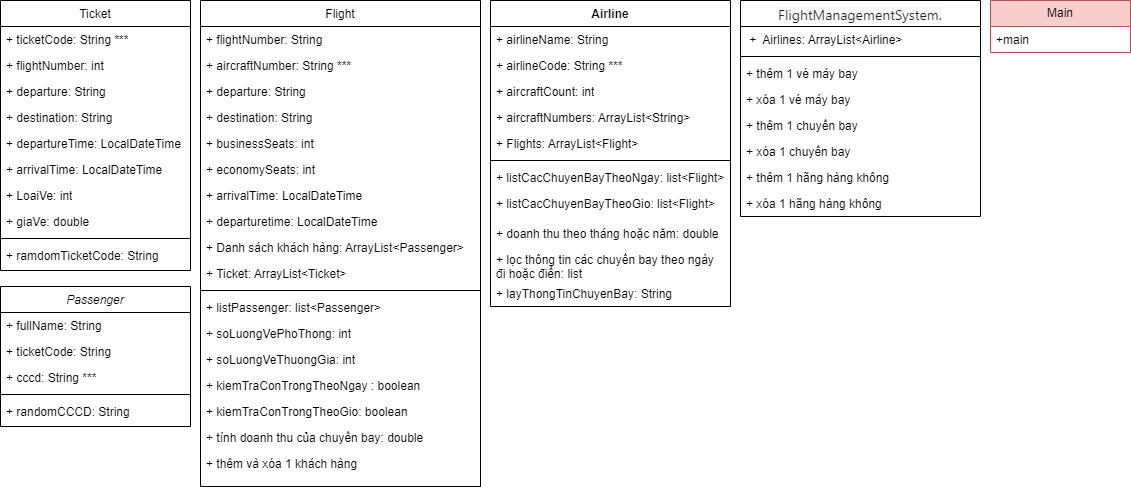
Above: Untitled Diagram.drawio.png in TrinhChiAn/Nhom4_Java07 (draw.io), before the change. Source tidied: cells renumbered, new cells last; positions are measured from the earlier drawing's top-left corner, leaving out a move shared by most shapes.
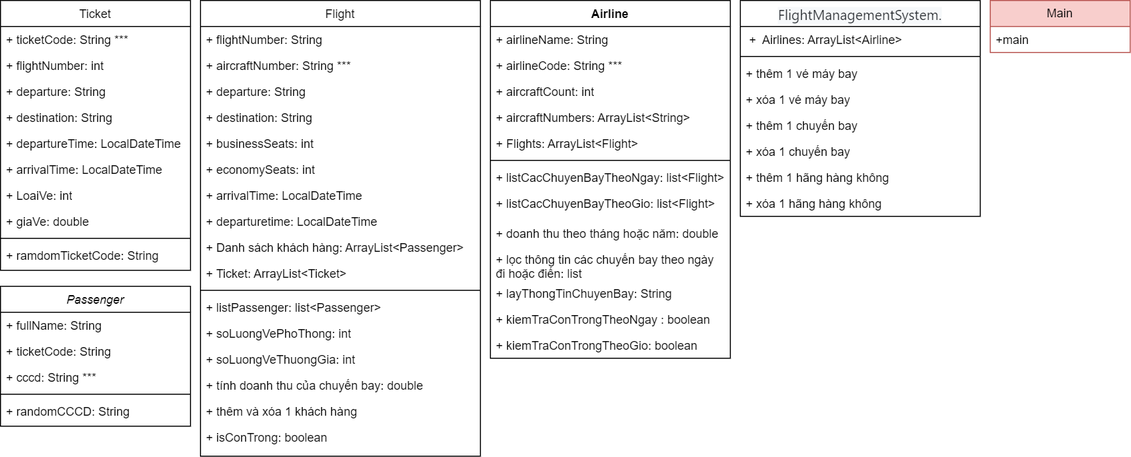
Above is the later version.

What changed in the source:
```diff
@@ -54,7 +54,7 @@
       <mxGeometry y="242" width="190" height="26" as="geometry" />
     </mxCell>
     <mxCell id="19" value="Flight" style="swimlane;fontStyle=0;align=center;verticalAlign=top;horizontal=1;startSize=26;rounded=0;shadow=0;strokeWidth=1;" parent="1" vertex="1">
-      <mxGeometry x="200" width="280" height="486" as="geometry" />
+      <mxGeometry x="200" width="280" height="456" as="geometry" />
     </mxCell>
     <mxCell id="20" value="+ flightNumber: String" style="text;align=left;verticalAlign=top;spacingLeft=4;spacingRight=4;overflow=hidden;" parent="19" vertex="1">
       <mxGeometry y="26" width="280" height="26" as="geometry" />
@@ -98,20 +98,17 @@
     <mxCell id="33" value="+ soLuongVeThuongGia: int" style="text;align=left;verticalAlign=top;spacingLeft=4;spacingRight=4;overflow=hidden;" parent="19" vertex="1">
       <mxGeometry y="346" width="280" height="26" as="geometry" />
     </mxCell>
-    <mxCell id="34" value="+ kiemTraConTrongTheoNgay : boolean" style="text;strokeColor=none;fillColor=none;align=left;verticalAlign=top;spacingLeft=4;spacingRight=4;overflow=hidden;whiteSpace=wrap;html=1;" parent="19" vertex="1">
-      <mxGeometry y="372" width="280" height="26" as="geometry" />
-    </mxCell>
-    <mxCell id="35" value="+ kiemTraConTrongTheoGio: boolean" style="text;strokeColor=none;fillColor=none;align=left;verticalAlign=top;spacingLeft=4;spacingRight=4;overflow=hidden;whiteSpace=wrap;html=1;" parent="19" vertex="1">
-      <mxGeometry y="398" width="280" height="26" as="geometry" />
-    </mxCell>
     <mxCell id="36" value="+ tính doanh thu của chuyến bay: double" style="text;strokeColor=none;fillColor=none;align=left;verticalAlign=top;spacingLeft=4;spacingRight=4;overflow=hidden;whiteSpace=wrap;html=1;" parent="19" vertex="1">
-      <mxGeometry y="424" width="280" height="26" as="geometry" />
+      <mxGeometry y="372" width="280" height="26" as="geometry" />
     </mxCell>
     <mxCell id="37" value="+ thêm và xóa 1 khách hàng" style="text;strokeColor=none;fillColor=none;align=left;verticalAlign=top;spacingLeft=4;spacingRight=4;overflow=hidden;whiteSpace=wrap;html=1;" parent="19" vertex="1">
-      <mxGeometry y="450" width="280" height="26" as="geometry" />
+      <mxGeometry y="398" width="280" height="26" as="geometry" />
     </mxCell>
+    <mxCell id="61" value="+ isConTrong: boolean" style="text;strokeColor=none;fillColor=none;align=left;verticalAlign=top;spacingLeft=4;spacingRight=4;overflow=hidden;whiteSpace=wrap;html=1;" parent="19" vertex="1">
+      <mxGeometry y="424" width="280" height="26" as="geometry" />
+    </mxCell>
     <mxCell id="38" value="Airline" style="swimlane;fontStyle=1;align=center;verticalAlign=top;horizontal=1;startSize=26;whiteSpace=wrap;html=1;" parent="1" vertex="1">
-      <mxGeometry x="490" width="240" height="306" as="geometry" />
+      <mxGeometry x="490" width="240" height="358" as="geometry" />
     </mxCell>
     <mxCell id="39" value="+&amp;nbsp;airlineName: String" style="text;strokeColor=none;fillColor=none;align=left;verticalAlign=top;spacingLeft=4;spacingRight=4;overflow=hidden;whiteSpace=wrap;html=1;" parent="38" vertex="1">
       <mxGeometry y="26" width="240" height="26" as="geometry" />
@@ -146,6 +143,12 @@
     <mxCell id="49" value="+ layThongTinChuyenBay: String" style="text;strokeColor=none;fillColor=none;align=left;verticalAlign=top;spacingLeft=4;spacingRight=4;overflow=hidden;whiteSpace=wrap;html=1;" parent="38" vertex="1">
       <mxGeometry y="280" width="240" height="26" as="geometry" />
     </mxCell>
+    <mxCell id="34" value="+ kiemTraConTrongTheoNgay : boolean" style="text;strokeColor=none;fillColor=none;align=left;verticalAlign=top;spacingLeft=4;spacingRight=4;overflow=hidden;whiteSpace=wrap;html=1;" parent="38" vertex="1">
+      <mxGeometry y="306" width="240" height="26" as="geometry" />
+    </mxCell>
+    <mxCell id="35" value="+ kiemTraConTrongTheoGio: boolean" style="text;strokeColor=none;fillColor=none;align=left;verticalAlign=top;spacingLeft=4;spacingRight=4;overflow=hidden;whiteSpace=wrap;html=1;" parent="38" vertex="1">
+      <mxGeometry y="332" width="240" height="26" as="geometry" />
+    </mxCell>
     <mxCell id="50" value="&lt;h3 style=&quot;border-color: var(--border-color); box-sizing: border-box; margin: 0px; font-size: 14px; font-weight: var(--base-text-weight-normal, 400); color: rgb(31, 35, 40); font-family: -apple-system, BlinkMacSystemFont, &amp;quot;Segoe UI&amp;quot;, &amp;quot;Noto Sans&amp;quot;, Helvetica, Arial, sans-serif, &amp;quot;Apple Color Emoji&amp;quot;, &amp;quot;Segoe UI Emoji&amp;quot;; text-align: left; background-color: rgb(246, 248, 250);&quot;&gt;&lt;div class=&quot;react-directory-truncate&quot; title=&quot;FlightManagementSystem.java&quot; aria-label=&quot;FlightManagementSystem.java&quot; style=&quot;border-color: var(--border-color); box-sizing: border-box; display: inline-block; max-width: 100%; overflow: hidden; text-overflow: ellipsis; vertical-align: top;&quot;&gt;&lt;a aria-describedby=&quot;item-type-24&quot; class=&quot;Link--primary&quot; href=&quot;https://github.com/TrinhChiAn/Nhom4_Java07/blob/main/FlightBookingSoftware/src/main/java/nhom4/java07/flightbookingsoftware/FlightManagementSystem.java&quot; style=&quot;border-color: var(--border-color); box-sizing: border-box; background-color: transparent;&quot;&gt;FlightManagementSystem.&lt;/a&gt;&lt;/div&gt;&lt;/h3&gt;" style="swimlane;fontStyle=1;align=center;verticalAlign=top;horizontal=1;startSize=26;whiteSpace=wrap;html=1;" parent="1" vertex="1">
       <mxGeometry x="740" width="240" height="216" as="geometry" />
     </mxCell>
```
